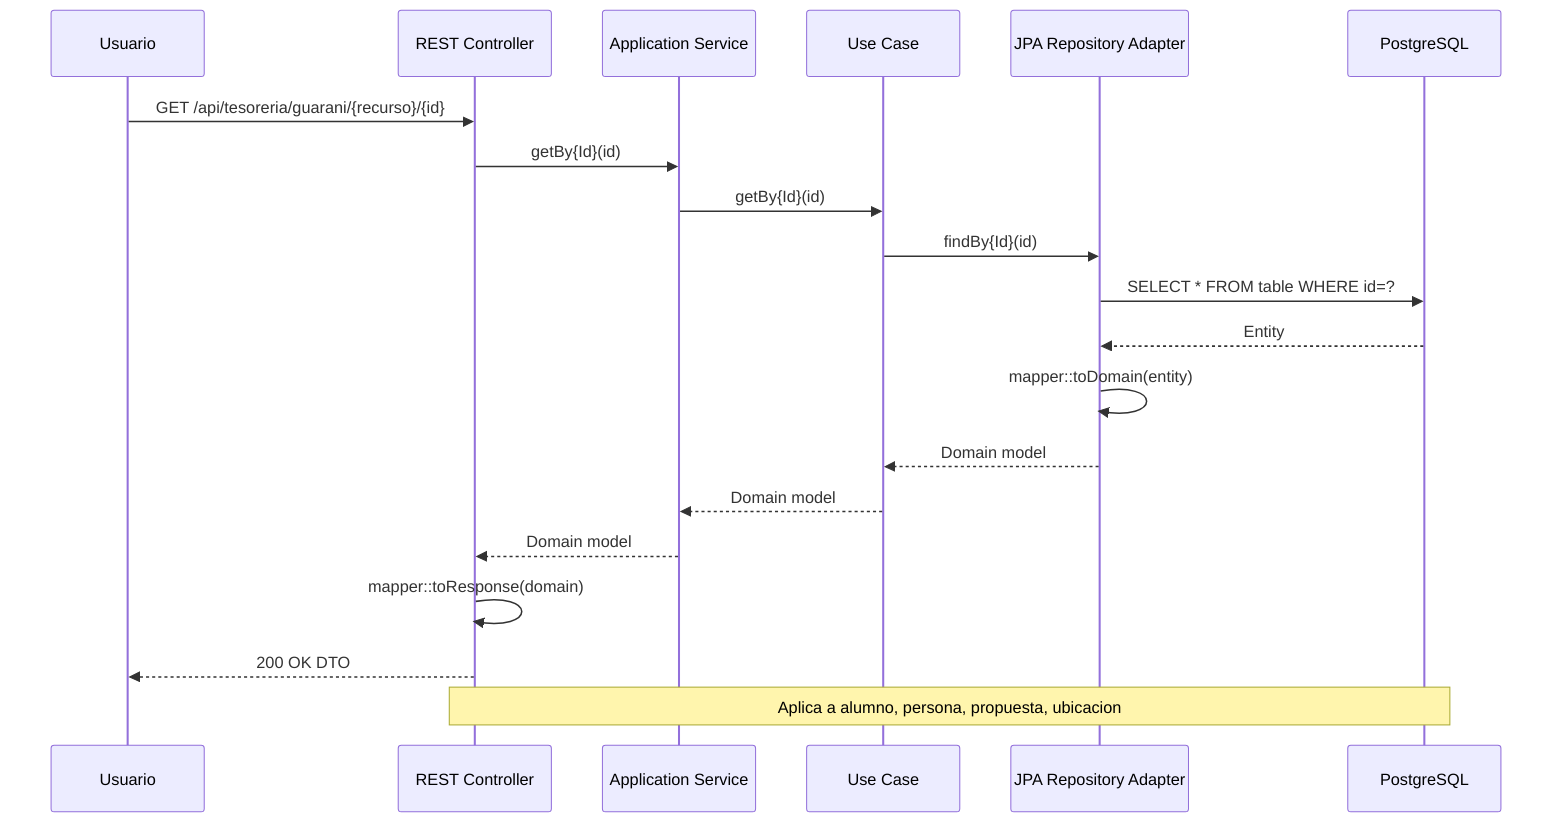
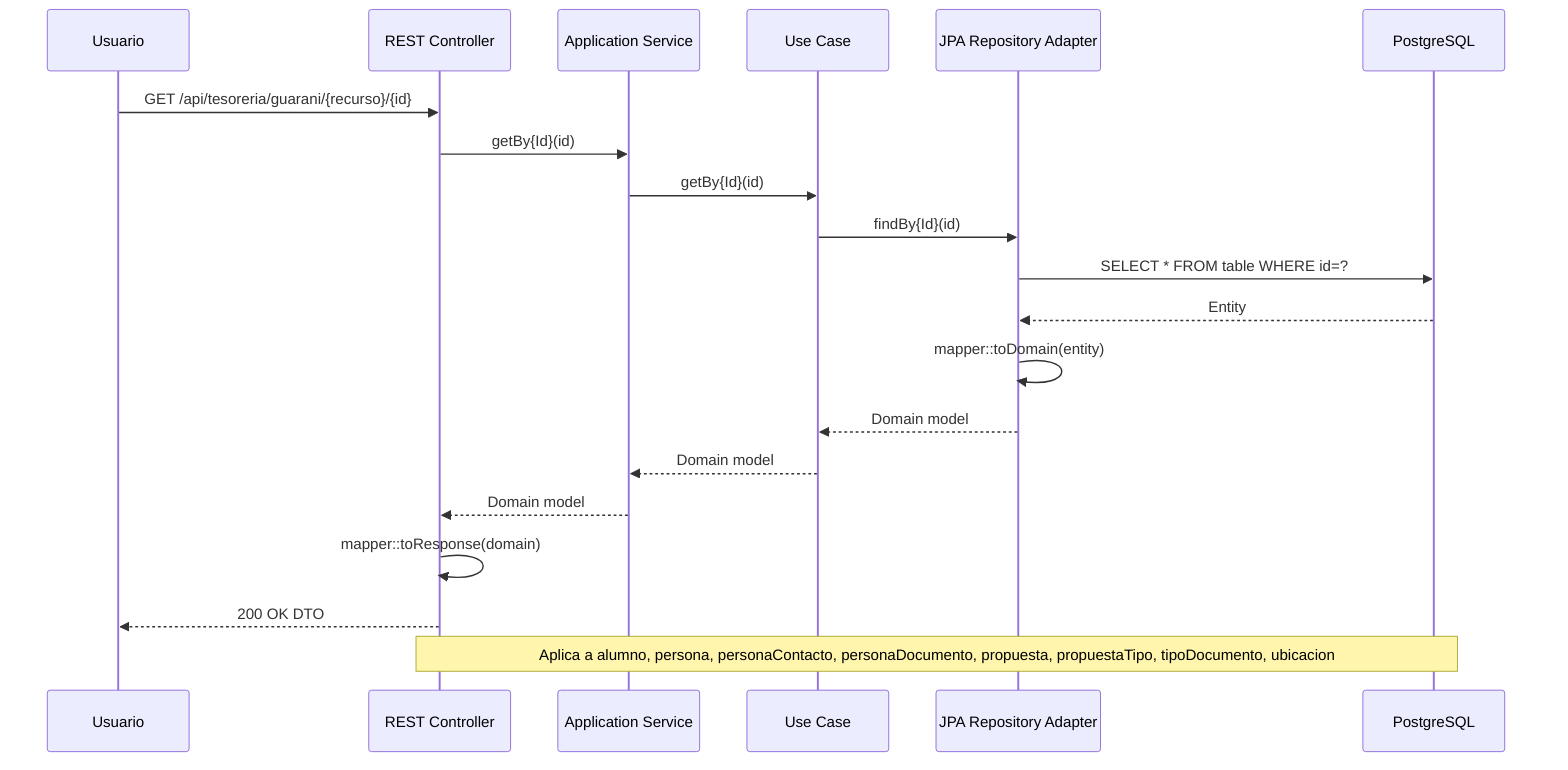
sequenceDiagram
    participant User as Usuario
    participant REST as REST Controller
    participant Service as Application Service
    participant UseCase as Use Case
    participant JPA as JPA Repository Adapter
    participant DB as PostgreSQL

    User->>REST: GET /api/tesoreria/guarani/{recurso}/{id}
    REST->>Service: getBy{Id}(id)
    Service->>UseCase: getBy{Id}(id)
    UseCase->>JPA: findBy{Id}(id)
    JPA->>DB: SELECT * FROM table WHERE id=?
    DB-->>JPA: Entity
    JPA->>JPA: mapper::toDomain(entity)
    JPA-->>UseCase: Domain model
    UseCase-->>Service: Domain model
    Service-->>REST: Domain model
    REST->>REST: mapper::toResponse(domain)
    REST-->>User: 200 OK DTO
-     Note over REST,DB: Aplica a alumno, persona, propuesta, ubicacion+     Note over REST,DB: Aplica a alumno, persona, personaContacto, personaDocumento, propuesta, propuestaTipo, tipoDocumento, ubicacion